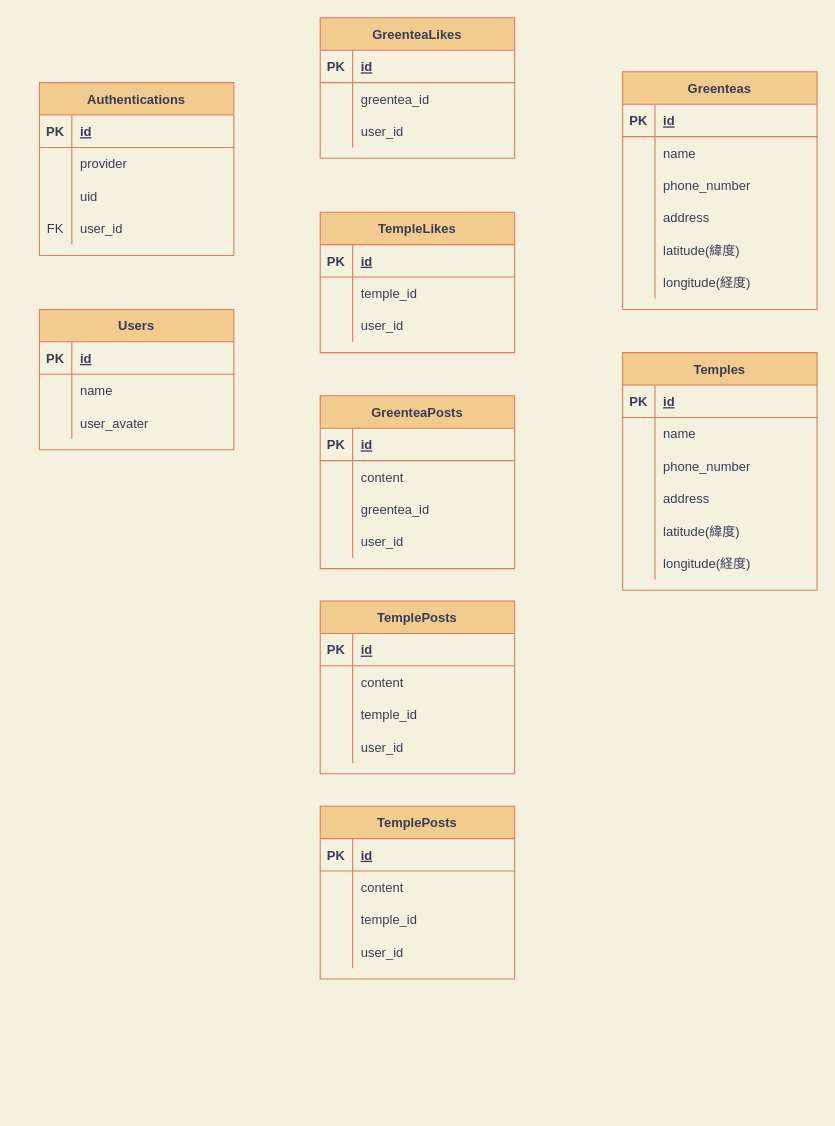
hiiragi17/genbarails keeps this draw.io diagram as Untitled Diagram.drawio. Above is the earlier version. Source tidied: cells renumbered, new cells numbered last; positions are measured from the earlier drawing's top-left corner, leaving out a move shared by most shapes. Both pictures are drawn from the tidied source at 108%, with x=0, y=0 at pixel (39, 17).
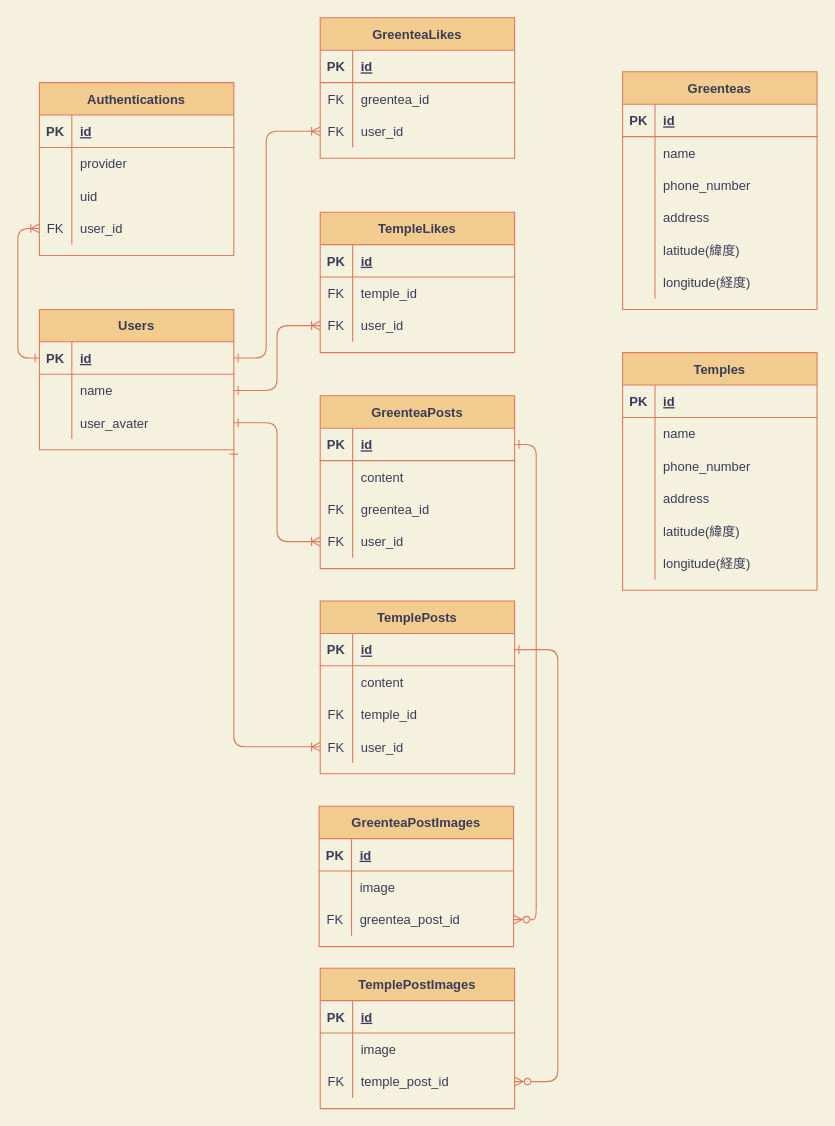
Above is the later version.

Commit message (it also covers changes not shown here):
Untitled Diagram.drawio を更新します

The change refers to these unchanged cells:
```xml
<mxCell id="40" value="Users" style="shape=table;startSize=30;childLayout=tableLayout;rowLines=0;fontStyle=1;align=center;rounded=0;sketch=0;fontColor=#393C56;strokeColor=#E07A5F;fillColor=#F2CC8F;" parent="1" vertex="1">
  <mxGeometry y="270" width="180" height="130" as="geometry" />
</mxCell>
<mxCell id="41" style="shape=tableRow;horizontal=0;startSize=0;swimlaneHead=0;swimlaneBody=0;fillColor=none;points=[[0,0.5],[1,0.5]];portConstraint=eastwest;top=0;left=0;right=0;bottom=1;rounded=0;sketch=0;fontColor=#393C56;strokeColor=#E07A5F;" parent="40" vertex="1">
  <mxGeometry y="30" width="180" height="30" as="geometry" />
</mxCell>
<mxCell id="44" style="shape=tableRow;horizontal=0;startSize=0;swimlaneHead=0;swimlaneBody=0;fillColor=none;points=[[0,0.5],[1,0.5]];portConstraint=eastwest;top=0;left=0;right=0;bottom=0;rounded=0;sketch=0;fontColor=#393C56;strokeColor=#E07A5F;" parent="40" vertex="1">
  <mxGeometry y="60" width="180" height="30" as="geometry" />
</mxCell>
<mxCell id="47" style="shape=tableRow;horizontal=0;startSize=0;swimlaneHead=0;swimlaneBody=0;fillColor=none;points=[[0,0.5],[1,0.5]];portConstraint=eastwest;top=0;left=0;right=0;bottom=0;rounded=0;sketch=0;fontColor=#393C56;strokeColor=#E07A5F;" parent="40" vertex="1">
  <mxGeometry y="90" width="180" height="30" as="geometry" />
</mxCell>
<mxCell id="60" style="shape=tableRow;horizontal=0;startSize=0;swimlaneHead=0;swimlaneBody=0;fillColor=none;points=[[0,0.5],[1,0.5]];portConstraint=eastwest;top=0;left=0;right=0;bottom=0;rounded=0;sketch=0;fontColor=#393C56;strokeColor=#E07A5F;" parent="50" vertex="1">
  <mxGeometry y="120" width="180" height="30" as="geometry" />
</mxCell>
<mxCell id="67" style="shape=tableRow;horizontal=0;startSize=0;swimlaneHead=0;swimlaneBody=0;fillColor=none;top=0;left=0;right=0;bottom=0;rounded=0;sketch=0;fontColor=#393C56;strokeColor=#E07A5F;" parent="63" vertex="1">
  <mxGeometry y="60" width="180" height="30" as="geometry" />
</mxCell>
<mxCell id="70" style="shape=tableRow;horizontal=0;startSize=0;swimlaneHead=0;swimlaneBody=0;fillColor=none;points=[[0,0.5],[1,0.5]];portConstraint=eastwest;top=0;left=0;right=0;bottom=0;rounded=0;sketch=0;fontColor=#393C56;strokeColor=#E07A5F;" parent="63" vertex="1">
  <mxGeometry y="90" width="180" height="30" as="geometry" />
</mxCell>
<mxCell id="77" style="shape=tableRow;horizontal=0;startSize=0;swimlaneHead=0;swimlaneBody=0;fillColor=none;top=0;left=0;right=0;bottom=0;rounded=0;sketch=0;fontColor=#393C56;strokeColor=#E07A5F;" parent="73" vertex="1">
  <mxGeometry y="60" width="180" height="30" as="geometry" />
</mxCell>
<mxCell id="80" style="shape=tableRow;horizontal=0;startSize=0;swimlaneHead=0;swimlaneBody=0;fillColor=none;points=[[0,0.5],[1,0.5]];portConstraint=eastwest;top=0;left=0;right=0;bottom=0;rounded=0;sketch=0;fontColor=#393C56;strokeColor=#E07A5F;" parent="73" vertex="1">
  <mxGeometry y="90" width="180" height="30" as="geometry" />
</mxCell>
<mxCell id="84" style="shape=tableRow;horizontal=0;startSize=0;swimlaneHead=0;swimlaneBody=0;fillColor=none;points=[[0,0.5],[1,0.5]];portConstraint=eastwest;top=0;left=0;right=0;bottom=1;rounded=0;sketch=0;fontColor=#393C56;strokeColor=#E07A5F;" parent="83" vertex="1">
  <mxGeometry y="30" width="180" height="30" as="geometry" />
</mxCell>
<mxCell id="90" style="shape=tableRow;horizontal=0;startSize=0;swimlaneHead=0;swimlaneBody=0;fillColor=none;top=0;left=0;right=0;bottom=0;rounded=0;sketch=0;fontColor=#393C56;strokeColor=#E07A5F;" parent="83" vertex="1">
  <mxGeometry y="90" width="180" height="30" as="geometry" />
</mxCell>
<mxCell id="93" style="shape=tableRow;horizontal=0;startSize=0;swimlaneHead=0;swimlaneBody=0;fillColor=none;points=[[0,0.5],[1,0.5]];portConstraint=eastwest;top=0;left=0;right=0;bottom=0;rounded=0;sketch=0;fontColor=#393C56;strokeColor=#E07A5F;" parent="83" vertex="1">
  <mxGeometry y="120" width="180" height="30" as="geometry" />
</mxCell>
<mxCell id="97" style="shape=tableRow;horizontal=0;startSize=0;swimlaneHead=0;swimlaneBody=0;fillColor=none;points=[[0,0.5],[1,0.5]];portConstraint=eastwest;top=0;left=0;right=0;bottom=1;rounded=0;sketch=0;fontColor=#393C56;strokeColor=#E07A5F;" parent="96" vertex="1">
  <mxGeometry y="30" width="180" height="30" as="geometry" />
</mxCell>
<mxCell id="103" style="shape=tableRow;horizontal=0;startSize=0;swimlaneHead=0;swimlaneBody=0;fillColor=none;top=0;left=0;right=0;bottom=0;rounded=0;sketch=0;fontColor=#393C56;strokeColor=#E07A5F;" parent="96" vertex="1">
  <mxGeometry y="90" width="180" height="30" as="geometry" />
</mxCell>
<mxCell id="106" style="shape=tableRow;horizontal=0;startSize=0;swimlaneHead=0;swimlaneBody=0;fillColor=none;points=[[0,0.5],[1,0.5]];portConstraint=eastwest;top=0;left=0;right=0;bottom=0;rounded=0;sketch=0;fontColor=#393C56;strokeColor=#E07A5F;" parent="96" vertex="1">
  <mxGeometry y="120" width="180" height="30" as="geometry" />
</mxCell>
<mxCell id="113" style="shape=tableRow;horizontal=0;startSize=0;swimlaneHead=0;swimlaneBody=0;fillColor=none;top=0;left=0;right=0;bottom=0;rounded=0;sketch=0;fontColor=#393C56;strokeColor=#E07A5F;" parent="109" vertex="1">
  <mxGeometry y="60" width="180" height="30" as="geometry" />
</mxCell>
<mxCell id="116" style="shape=tableRow;horizontal=0;startSize=0;swimlaneHead=0;swimlaneBody=0;fillColor=none;points=[[0,0.5],[1,0.5]];portConstraint=eastwest;top=0;left=0;right=0;bottom=0;rounded=0;sketch=0;fontColor=#393C56;strokeColor=#E07A5F;" parent="109" vertex="1">
  <mxGeometry y="90" width="180" height="30" as="geometry" />
</mxCell>
```

What changed in the source:
```diff
@@
+    <mxCell id="122" style="edgeStyle=orthogonalEdgeStyle;curved=0;rounded=1;sketch=0;jettySize=auto;html=1;exitX=1;exitY=1;exitDx=0;exitDy=0;fontColor=#393C56;startArrow=ERone;startFill=0;endArrow=ERoneToMany;endFill=0;strokeColor=#E07A5F;fillColor=#F2CC8F;entryX=0;entryY=0.5;entryDx=0;entryDy=0;" parent="1" edge="1" source="40" target="106">
+      <mxGeometry relative="1" as="geometry" />
+    </mxCell>
@@
-    <mxCell id="68" style="shape=partialRectangle;fillColor=none;top=0;left=0;bottom=0;right=0;overflow=hidden;rounded=0;sketch=0;fontColor=#393C56;strokeColor=#E07A5F;" parent="67" vertex="1">
+    <mxCell id="68" value="FK" style="shape=partialRectangle;fillColor=none;top=0;left=0;bottom=0;right=0;overflow=hidden;rounded=0;sketch=0;fontColor=#393C56;strokeColor=#E07A5F;" parent="67" vertex="1">
       <mxGeometry width="30" height="30" as="geometry" />
     </mxCell>
@@
-    <mxCell id="71" style="shape=partialRectangle;fillColor=none;top=0;left=0;bottom=0;right=0;overflow=hidden;rounded=0;sketch=0;fontColor=#393C56;strokeColor=#E07A5F;" parent="70" vertex="1">
+    <mxCell id="71" value="FK" style="shape=partialRectangle;fillColor=none;top=0;left=0;bottom=0;right=0;overflow=hidden;rounded=0;sketch=0;fontColor=#393C56;strokeColor=#E07A5F;" parent="70" vertex="1">
       <mxGeometry width="30" height="30" as="geometry" />
     </mxCell>
@@
-    <mxCell id="78" style="shape=partialRectangle;fillColor=none;top=0;left=0;bottom=0;right=0;overflow=hidden;rounded=0;sketch=0;fontColor=#393C56;strokeColor=#E07A5F;" parent="77" vertex="1">
+    <mxCell id="78" value="FK" style="shape=partialRectangle;fillColor=none;top=0;left=0;bottom=0;right=0;overflow=hidden;rounded=0;sketch=0;fontColor=#393C56;strokeColor=#E07A5F;" parent="77" vertex="1">
       <mxGeometry width="30" height="30" as="geometry" />
     </mxCell>
@@
-    <mxCell id="81" style="shape=partialRectangle;fillColor=none;top=0;left=0;bottom=0;right=0;overflow=hidden;rounded=0;sketch=0;fontColor=#393C56;strokeColor=#E07A5F;" parent="80" vertex="1">
+    <mxCell id="81" value="FK" style="shape=partialRectangle;fillColor=none;top=0;left=0;bottom=0;right=0;overflow=hidden;rounded=0;sketch=0;fontColor=#393C56;strokeColor=#E07A5F;" parent="80" vertex="1">
       <mxGeometry width="30" height="30" as="geometry" />
     </mxCell>
@@
-    <mxCell id="91" style="shape=partialRectangle;fillColor=none;top=0;left=0;bottom=0;right=0;overflow=hidden;rounded=0;sketch=0;fontColor=#393C56;strokeColor=#E07A5F;" parent="90" vertex="1">
+    <mxCell id="91" value="FK" style="shape=partialRectangle;fillColor=none;top=0;left=0;bottom=0;right=0;overflow=hidden;rounded=0;sketch=0;fontColor=#393C56;strokeColor=#E07A5F;" parent="90" vertex="1">
       <mxGeometry width="30" height="30" as="geometry" />
     </mxCell>
@@
-    <mxCell id="94" style="shape=partialRectangle;fillColor=none;top=0;left=0;bottom=0;right=0;overflow=hidden;rounded=0;sketch=0;fontColor=#393C56;strokeColor=#E07A5F;" parent="93" vertex="1">
+    <mxCell id="94" value="FK" style="shape=partialRectangle;fillColor=none;top=0;left=0;bottom=0;right=0;overflow=hidden;rounded=0;sketch=0;fontColor=#393C56;strokeColor=#E07A5F;" parent="93" vertex="1">
       <mxGeometry width="30" height="30" as="geometry" />
     </mxCell>
@@
-    <mxCell id="104" style="shape=partialRectangle;fillColor=none;top=0;left=0;bottom=0;right=0;overflow=hidden;rounded=0;sketch=0;fontColor=#393C56;strokeColor=#E07A5F;" parent="103" vertex="1">
+    <mxCell id="104" value="FK" style="shape=partialRectangle;fillColor=none;top=0;left=0;bottom=0;right=0;overflow=hidden;rounded=0;sketch=0;fontColor=#393C56;strokeColor=#E07A5F;" parent="103" vertex="1">
       <mxGeometry width="30" height="30" as="geometry" />
     </mxCell>
@@
-    <mxCell id="107" style="shape=partialRectangle;fillColor=none;top=0;left=0;bottom=0;right=0;overflow=hidden;rounded=0;sketch=0;fontColor=#393C56;strokeColor=#E07A5F;" parent="106" vertex="1">
+    <mxCell id="107" value="FK" style="shape=partialRectangle;fillColor=none;top=0;left=0;bottom=0;right=0;overflow=hidden;rounded=0;sketch=0;fontColor=#393C56;strokeColor=#E07A5F;" parent="106" vertex="1">
       <mxGeometry width="30" height="30" as="geometry" />
     </mxCell>
@@
-    <mxCell id="109" value="TemplePosts" style="shape=table;startSize=30;childLayout=tableLayout;rowLines=0;fontStyle=1;align=center;rounded=0;sketch=0;fontColor=#393C56;strokeColor=#E07A5F;fillColor=#F2CC8F;" parent="1" vertex="1">
-      <mxGeometry x="260" y="730" width="180" height="160" as="geometry" />
+    <mxCell id="109" value="GreenteaPostImages" style="shape=table;startSize=30;childLayout=tableLayout;rowLines=0;fontStyle=1;align=center;rounded=0;sketch=0;fontColor=#393C56;strokeColor=#E07A5F;fillColor=#F2CC8F;" parent="1" vertex="1">
+      <mxGeometry x="259" y="730" width="180" height="130" as="geometry" />
     </mxCell>
@@
-    <mxCell id="115" value="content" style="shape=partialRectangle;fillColor=none;top=0;left=0;bottom=0;right=0;align=left;spacingLeft=6;overflow=hidden;rounded=0;sketch=0;fontColor=#393C56;strokeColor=#E07A5F;" parent="113" vertex="1">
+    <mxCell id="115" value="image" style="shape=partialRectangle;fillColor=none;top=0;left=0;bottom=0;right=0;align=left;spacingLeft=6;overflow=hidden;rounded=0;sketch=0;fontColor=#393C56;strokeColor=#E07A5F;" parent="113" vertex="1">
       <mxGeometry x="30" width="150" height="30" as="geometry" />
     </mxCell>
@@
-    <mxCell id="117" style="shape=partialRectangle;fillColor=none;top=0;left=0;bottom=0;right=0;overflow=hidden;rounded=0;sketch=0;fontColor=#393C56;strokeColor=#E07A5F;" parent="116" vertex="1">
+    <mxCell id="117" value="FK" style="shape=partialRectangle;fillColor=none;top=0;left=0;bottom=0;right=0;overflow=hidden;rounded=0;sketch=0;fontColor=#393C56;strokeColor=#E07A5F;" parent="116" vertex="1">
       <mxGeometry width="30" height="30" as="geometry" />
     </mxCell>
-    <mxCell id="118" value="temple_id" style="shape=partialRectangle;fillColor=none;top=0;left=0;bottom=0;right=0;align=left;spacingLeft=6;overflow=hidden;rounded=0;sketch=0;fontColor=#393C56;strokeColor=#E07A5F;" parent="116" vertex="1">
+    <mxCell id="118" value="greentea_post_id" style="shape=partialRectangle;fillColor=none;top=0;left=0;bottom=0;right=0;align=left;spacingLeft=6;overflow=hidden;rounded=0;sketch=0;fontColor=#393C56;strokeColor=#E07A5F;" parent="116" vertex="1">
       <mxGeometry x="30" width="150" height="30" as="geometry" />
     </mxCell>
-    <mxCell id="119" style="shape=tableRow;horizontal=0;startSize=0;swimlaneHead=0;swimlaneBody=0;fillColor=none;top=0;left=0;right=0;bottom=0;rounded=0;sketch=0;fontColor=#393C56;strokeColor=#E07A5F;" parent="109" vertex="1">
-      <mxGeometry y="120" width="180" height="30" as="geometry" />
-    </mxCell>
+    <mxCell id="123" value="TemplePostImages" style="shape=table;startSize=30;childLayout=tableLayout;rowLines=0;fontStyle=1;align=center;rounded=0;sketch=0;fontColor=#393C56;strokeColor=#E07A5F;fillColor=#F2CC8F;" parent="1" vertex="1">
+      <mxGeometry x="260" y="880" width="180" height="130" as="geometry" />
+    </mxCell>
+    <mxCell id="124" style="shape=tableRow;horizontal=0;startSize=0;swimlaneHead=0;swimlaneBody=0;fillColor=none;top=0;left=0;right=0;bottom=1;rounded=0;sketch=0;fontColor=#393C56;strokeColor=#E07A5F;" parent="123" vertex="1">
+      <mxGeometry y="30" width="180" height="30" as="geometry" />
+    </mxCell>
+    <mxCell id="125" value="PK" style="shape=partialRectangle;fillColor=none;top=0;left=0;bottom=0;right=0;fontStyle=1;overflow=hidden;rounded=0;sketch=0;fontColor=#393C56;strokeColor=#E07A5F;" parent="124" vertex="1">
+      <mxGeometry width="30" height="30" as="geometry" />
+    </mxCell>
+    <mxCell id="126" value="id" style="shape=partialRectangle;fillColor=none;top=0;left=0;bottom=0;right=0;align=left;spacingLeft=6;fontStyle=5;overflow=hidden;rounded=0;sketch=0;fontColor=#393C56;strokeColor=#E07A5F;" parent="124" vertex="1">
+      <mxGeometry x="30" width="150" height="30" as="geometry" />
+    </mxCell>
+    <mxCell id="127" style="shape=tableRow;horizontal=0;startSize=0;swimlaneHead=0;swimlaneBody=0;fillColor=none;top=0;left=0;right=0;bottom=0;rounded=0;sketch=0;fontColor=#393C56;strokeColor=#E07A5F;" parent="123" vertex="1">
+      <mxGeometry y="60" width="180" height="30" as="geometry" />
+    </mxCell>
-    <mxCell id="120" style="shape=partialRectangle;fillColor=none;top=0;left=0;bottom=0;right=0;overflow=hidden;rounded=0;sketch=0;fontColor=#393C56;strokeColor=#E07A5F;" parent="119" vertex="1">
+    <mxCell id="120" style="shape=partialRectangle;fillColor=none;top=0;left=0;bottom=0;right=0;overflow=hidden;rounded=0;sketch=0;fontColor=#393C56;strokeColor=#E07A5F;" parent="127" vertex="1">
       <mxGeometry width="30" height="30" as="geometry" />
     </mxCell>
-    <mxCell id="121" value="user_id" style="shape=partialRectangle;fillColor=none;top=0;left=0;bottom=0;right=0;align=left;spacingLeft=6;overflow=hidden;rounded=0;sketch=0;fontColor=#393C56;strokeColor=#E07A5F;" parent="119" vertex="1">
-      <mxGeometry x="30" width="150" height="30" as="geometry" />
-    </mxCell>
+    <mxCell id="128" value="image" style="shape=partialRectangle;fillColor=none;top=0;left=0;bottom=0;right=0;align=left;spacingLeft=6;overflow=hidden;rounded=0;sketch=0;fontColor=#393C56;strokeColor=#E07A5F;" parent="127" vertex="1">
+      <mxGeometry x="30" width="150" height="30" as="geometry" />
+    </mxCell>
+    <mxCell id="129" style="shape=tableRow;horizontal=0;startSize=0;swimlaneHead=0;swimlaneBody=0;fillColor=none;points=[[0,0.5],[1,0.5]];portConstraint=eastwest;top=0;left=0;right=0;bottom=0;rounded=0;sketch=0;fontColor=#393C56;strokeColor=#E07A5F;" parent="123" vertex="1">
+      <mxGeometry y="90" width="180" height="30" as="geometry" />
+    </mxCell>
+    <mxCell id="130" value="FK" style="shape=partialRectangle;fillColor=none;top=0;left=0;bottom=0;right=0;overflow=hidden;rounded=0;sketch=0;fontColor=#393C56;strokeColor=#E07A5F;" parent="129" vertex="1">
+      <mxGeometry width="30" height="30" as="geometry" />
+    </mxCell>
+    <mxCell id="131" value="temple_post_id" style="shape=partialRectangle;fillColor=none;top=0;left=0;bottom=0;right=0;align=left;spacingLeft=6;overflow=hidden;rounded=0;sketch=0;fontColor=#393C56;strokeColor=#E07A5F;" parent="129" vertex="1">
+      <mxGeometry x="30" width="150" height="30" as="geometry" />
+    </mxCell>
+    <mxCell id="132" style="edgeStyle=orthogonalEdgeStyle;curved=0;rounded=1;sketch=0;jettySize=auto;html=1;exitX=0;exitY=0.5;exitDx=0;exitDy=0;fontColor=#393C56;strokeColor=#E07A5F;fillColor=#F2CC8F;entryX=0;entryY=0.5;entryDx=0;entryDy=0;endArrow=ERoneToMany;endFill=0;startArrow=ERone;startFill=0;" parent="1" edge="1" source="41" target="60">
+      <mxGeometry relative="1" as="geometry" />
+    </mxCell>
+    <mxCell id="133" style="edgeStyle=orthogonalEdgeStyle;curved=0;rounded=1;sketch=0;jettySize=auto;html=1;exitX=1;exitY=0.5;exitDx=0;exitDy=0;fontColor=#393C56;startArrow=ERone;startFill=0;endArrow=ERoneToMany;endFill=0;strokeColor=#E07A5F;fillColor=#F2CC8F;entryX=0;entryY=0.5;entryDx=0;entryDy=0;" parent="1" edge="1" source="41" target="70">
+      <mxGeometry relative="1" as="geometry">
+        <Array as="points">
+          <mxPoint x="210" y="315" />
+          <mxPoint x="210" y="105" />
+        </Array>
+      </mxGeometry>
+    </mxCell>
+    <mxCell id="134" style="edgeStyle=orthogonalEdgeStyle;curved=0;rounded=1;sketch=0;jettySize=auto;html=1;exitX=0;exitY=0.5;exitDx=0;exitDy=0;fontColor=#393C56;startArrow=ERoneToMany;startFill=0;endArrow=ERone;endFill=0;strokeColor=#E07A5F;fillColor=#F2CC8F;entryX=1;entryY=0.5;entryDx=0;entryDy=0;" parent="1" edge="1" source="80" target="44">
+      <mxGeometry relative="1" as="geometry" />
+    </mxCell>
+    <mxCell id="135" style="edgeStyle=orthogonalEdgeStyle;curved=0;rounded=1;sketch=0;jettySize=auto;html=1;exitX=1;exitY=0.5;exitDx=0;exitDy=0;fontColor=#393C56;startArrow=ERone;startFill=0;endArrow=ERoneToMany;endFill=0;strokeColor=#E07A5F;fillColor=#F2CC8F;entryX=0;entryY=0.5;entryDx=0;entryDy=0;" parent="1" edge="1" source="47" target="93">
+      <mxGeometry relative="1" as="geometry" />
+    </mxCell>
+    <mxCell id="136" style="edgeStyle=orthogonalEdgeStyle;curved=0;rounded=1;sketch=0;jettySize=auto;html=1;exitX=1;exitY=0.5;exitDx=0;exitDy=0;fontColor=#393C56;startArrow=ERzeroToMany;startFill=0;endArrow=ERone;endFill=0;strokeColor=#E07A5F;fillColor=#F2CC8F;entryX=1;entryY=0.5;entryDx=0;entryDy=0;" parent="1" edge="1" source="116" target="84">
+      <mxGeometry relative="1" as="geometry" />
+    </mxCell>
+    <mxCell id="137" style="edgeStyle=orthogonalEdgeStyle;curved=0;rounded=1;sketch=0;jettySize=auto;html=1;exitX=1;exitY=0.5;exitDx=0;exitDy=0;fontColor=#393C56;startArrow=ERzeroToMany;startFill=0;endArrow=ERone;endFill=0;strokeColor=#E07A5F;fillColor=#F2CC8F;" parent="1" edge="1" source="129" target="97">
+      <mxGeometry relative="1" as="geometry">
+        <Array as="points">
+          <mxPoint x="480" y="985" />
+          <mxPoint x="480" y="585" />
+        </Array>
+      </mxGeometry>
+    </mxCell>
```
